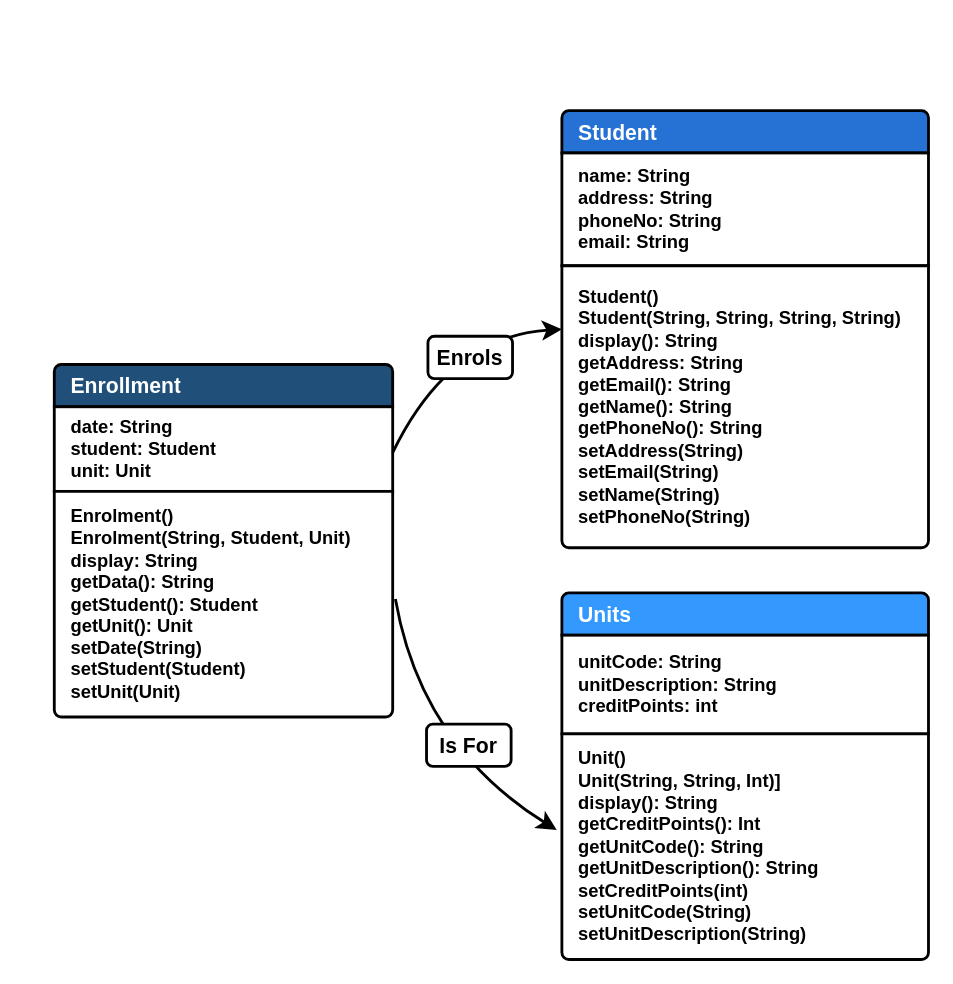
ByteToBits/CompScience keeps this draw.io diagram as Java/Assesment Rolling Project/ClassArchitecture.drawio. Above is the earlier version. Source tidied: cells renumbered, new cells numbered last; positions are measured from the earlier drawing's top-left corner, leaving out a move shared by most shapes. Both pictures are drawn from the tidied source at 141%, with x=0, y=0 at pixel (54, 110).
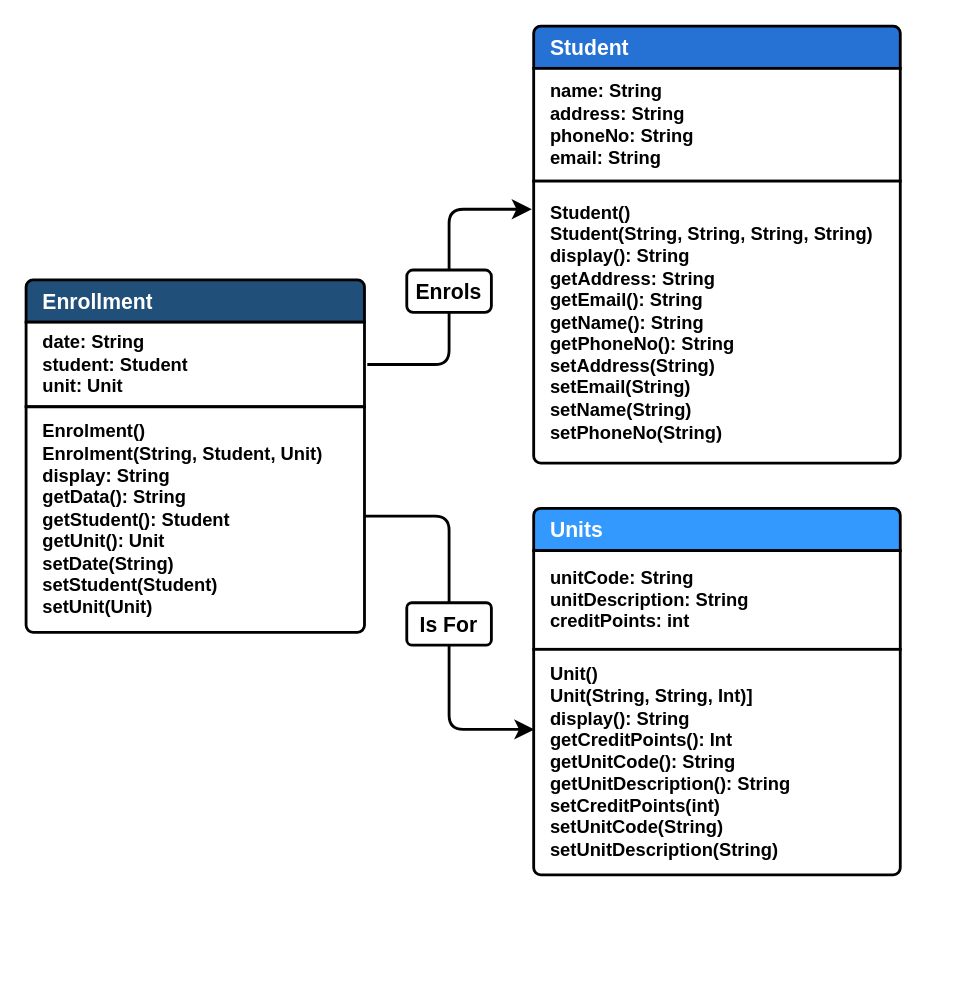
After the change.

The change refers to these unchanged cells:
```xml
<mxCell id="13" value="Unit()&lt;div&gt;Unit(String, String, Int)]&lt;/div&gt;&lt;div&gt;display(): String&lt;/div&gt;&lt;div&gt;getCreditPoints(): Int&lt;/div&gt;&lt;div&gt;getUnitCode(): String&lt;/div&gt;&lt;div&gt;getUnitDescription(): String&lt;/div&gt;&lt;div&gt;setCreditPoints(int)&lt;/div&gt;&lt;div&gt;setUnitCode(String)&lt;/div&gt;&lt;div&gt;setUnitDescription(String)&lt;/div&gt;" style="text;strokeColor=default;fillColor=#FFFFFF;align=left;verticalAlign=middle;spacingLeft=10;spacingRight=10;overflow=hidden;points=[[0,0.5],[1,0.5]];portConstraint=eastwest;whiteSpace=wrap;html=1;shape=mxgraph.bootstrap.bottomButton;rSize=5;fontColor=#000000;strokeWidth=2;labelPadding=0;labelBorderColor=none;fontSize=13;fontStyle=1;shadow=0;perimeterSpacing=0;swimlaneLine=0;" parent="10" vertex="1">
  <mxGeometry y="100" width="260" height="160" as="geometry" />
</mxCell>
```

Diff of the diagram source:
```diff
@@
+    <mxCell id="18" style="group;" parent="1" vertex="1">
+      <mxGeometry x="-20" y="-60" width="620" height="602" as="geometry" />
+    </mxCell>
-    <mxCell id="2" style="swimlane;fontStyle=1;horizontal=1;startSize=0;whiteSpace=wrap;html=1;strokeColor=none;fillColor=none;strokeWidth=2;labelPadding=0;labelBorderColor=none;fontSize=13;shadow=0;perimeterSpacing=0;swimlaneLine=0;" parent="1" vertex="1">
+    <mxCell id="2" style="swimlane;fontStyle=1;horizontal=1;startSize=0;whiteSpace=wrap;html=1;strokeColor=none;fillColor=none;strokeWidth=2;labelPadding=0;labelBorderColor=none;fontSize=13;shadow=0;perimeterSpacing=0;swimlaneLine=0;" parent="18" vertex="1">
       <mxGeometry y="180" width="240" height="250" as="geometry" />
     </mxCell>
@@
-    <mxCell id="6" style="swimlane;fontStyle=1;horizontal=1;startSize=0;whiteSpace=wrap;html=1;strokeColor=none;fillColor=none;strokeWidth=2;labelPadding=0;labelBorderColor=none;fontSize=13;shadow=0;perimeterSpacing=0;swimlaneLine=0;" parent="1" vertex="1">
+    <mxCell id="6" style="swimlane;fontStyle=1;horizontal=1;startSize=0;whiteSpace=wrap;html=1;strokeColor=none;fillColor=none;strokeWidth=2;labelPadding=0;labelBorderColor=none;fontSize=13;shadow=0;perimeterSpacing=0;swimlaneLine=0;" parent="18" vertex="1">
       <mxGeometry x="360" width="260" height="310" as="geometry" />
     </mxCell>
@@
-    <mxCell id="10" style="swimlane;fontStyle=1;horizontal=1;startSize=0;whiteSpace=wrap;html=1;strokeColor=none;fillColor=none;strokeWidth=2;labelPadding=0;labelBorderColor=none;fontSize=13;shadow=0;perimeterSpacing=0;swimlaneLine=0;" parent="1" vertex="1">
+    <mxCell id="10" style="swimlane;fontStyle=1;horizontal=1;startSize=0;whiteSpace=wrap;html=1;strokeColor=none;fillColor=none;strokeWidth=2;labelPadding=0;labelBorderColor=none;fontSize=13;shadow=0;perimeterSpacing=0;swimlaneLine=0;" parent="18" vertex="1">
       <mxGeometry x="360" y="342" width="260" height="260" as="geometry" />
     </mxCell>
@@
-    <mxCell id="14" style="edgeStyle=none;jettySize=auto;html=1;rounded=0;fontSize=12;startSize=8;endSize=8;curved=1;exitX=1;exitY=0.25;exitDx=0;exitDy=0;entryX=0;entryY=0.5;entryDx=0;entryDy=0;strokeWidth=2;" parent="1" edge="1" source="2" target="6">
-      <mxGeometry relative="1" as="geometry">
-        <Array as="points">
-          <mxPoint x="280" y="160" />
-        </Array>
-      </mxGeometry>
-    </mxCell>
-    <mxCell id="15" style="edgeStyle=none;jettySize=auto;html=1;rounded=0;fontSize=12;startSize=8;endSize=8;curved=1;exitX=1.008;exitY=0.665;exitDx=0;exitDy=0;entryX=-0.014;entryY=0.647;entryDx=0;entryDy=0;strokeWidth=2;exitPerimeter=0;entryPerimeter=0;" parent="1" edge="1" source="2" target="10">
-      <mxGeometry relative="1" as="geometry">
-        <Array as="points">
-          <mxPoint x="260" y="450" />
-        </Array>
-      </mxGeometry>
-    </mxCell>
+    <mxCell id="19" style="edgeStyle=segmentEdgeStyle;endArrow=classic;html=1;curved=0;rounded=1;endSize=8;startSize=8;sourcePerimeterSpacing=0;targetPerimeterSpacing=0;fontSize=12;entryX=-0.005;entryY=0.419;entryDx=0;entryDy=0;strokeWidth=2;entryPerimeter=0;" parent="18" edge="1" target="6">
+      <mxGeometry relative="1" as="geometry">
+        <mxPoint x="242" y="240" as="sourcePoint" />
+        <Array as="points">
+          <mxPoint x="300" y="240" />
+          <mxPoint x="300" y="130" />
+        </Array>
+      </mxGeometry>
+    </mxCell>
-    <mxCell id="16" value="Enrols" style="text;strokeColor=default;fillColor=default;align=center;verticalAlign=middle;whiteSpace=wrap;rounded=1;fontSize=15;strokeWidth=2;fontStyle=1;labelBackgroundColor=default;gradientColor=none;" parent="1" vertex="1">
-      <mxGeometry x="265" y="160" width="60" height="30" as="geometry" />
+    <mxCell id="16" value="Enrols" style="text;strokeColor=default;fillColor=default;align=center;verticalAlign=middle;whiteSpace=wrap;rounded=1;fontSize=15;strokeWidth=2;fontStyle=1;labelBackgroundColor=default;gradientColor=none;imageHeight=22;" parent="18" vertex="1">
+      <mxGeometry x="270" y="173" width="60" height="30" as="geometry" />
     </mxCell>
+    <mxCell id="20" style="edgeStyle=segmentEdgeStyle;endArrow=classic;html=1;curved=0;rounded=1;endSize=8;startSize=8;sourcePerimeterSpacing=0;targetPerimeterSpacing=0;fontSize=12;entryX=0.002;entryY=0.355;entryDx=0;entryDy=0;strokeWidth=2;entryPerimeter=0;" parent="18" edge="1" target="13">
+      <mxGeometry relative="1" as="geometry">
+        <mxPoint x="240" y="347.5" as="sourcePoint" />
+        <Array as="points">
+          <mxPoint x="300" y="348" />
+          <mxPoint x="300" y="499" />
+        </Array>
+      </mxGeometry>
+    </mxCell>
-    <mxCell id="17" value="Is For" style="text;strokeColor=default;fillColor=default;align=center;verticalAlign=middle;whiteSpace=wrap;rounded=1;fontSize=15;strokeWidth=2;fontStyle=1;labelBackgroundColor=default;gradientColor=none;" parent="1" vertex="1">
-      <mxGeometry x="264" y="435" width="60" height="30" as="geometry" />
+    <mxCell id="17" value="Is For" style="text;strokeColor=default;fillColor=default;align=center;verticalAlign=middle;whiteSpace=wrap;rounded=1;fontSize=15;strokeWidth=2;fontStyle=1;labelBackgroundColor=default;gradientColor=none;arcSize=12;imageHeight=24;spacing=1;" parent="18" vertex="1">
+      <mxGeometry x="270" y="409" width="60" height="30" as="geometry" />
     </mxCell>
```
